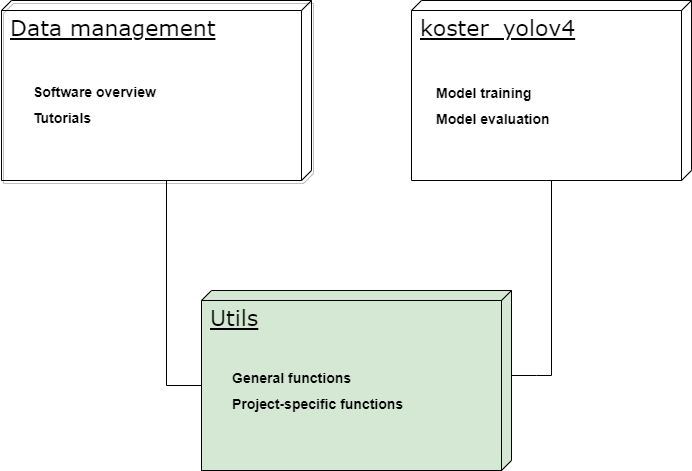
Earlier version of the draw.io export images/Koster_utils_module.png (pilarnavarro/koster_data_management). Source tidied: cells renumbered, new cells last; positions are measured from the earlier drawing's top-left corner, leaving out a move shared by most shapes.
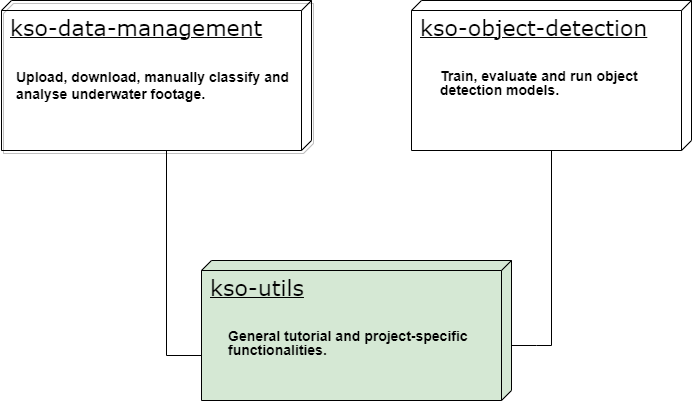
After the commit.

Commit message:
docs(rename): match module diagrams to new repo names

Change to the diagram source:
```diff
@@ -2,14 +2,14 @@
   <root>
     <mxCell id="0" />
     <mxCell id="1" parent="0" />
-    <mxCell id="2" value="&lt;font style=&quot;font-size: 22px&quot;&gt;Utils&lt;/font&gt;" style="verticalAlign=top;align=left;spacingTop=8;spacingLeft=7;spacingRight=12;shape=cube;size=10;direction=south;fontStyle=4;html=1;rounded=0;shadow=0;comic=0;labelBackgroundColor=none;strokeWidth=1;fontFamily=Verdana;fontSize=12;fillColor=#D5E8D4;" parent="1" vertex="1">
-      <mxGeometry x="200" y="290" width="310" height="180" as="geometry" />
+    <mxCell id="2" value="&lt;font style=&quot;font-size: 22px&quot;&gt;kso-utils&lt;/font&gt;" style="verticalAlign=top;align=left;spacingTop=8;spacingLeft=7;spacingRight=12;shape=cube;size=10;direction=south;fontStyle=4;html=1;rounded=0;shadow=0;comic=0;labelBackgroundColor=none;strokeWidth=1;fontFamily=Verdana;fontSize=12;fillColor=#D5E8D4;" parent="1" vertex="1">
+      <mxGeometry x="200" y="290" width="310" height="140" as="geometry" />
     </mxCell>
-    <mxCell id="3" value="&lt;font style=&quot;font-size: 22px&quot;&gt;Data management&lt;/font&gt;" style="verticalAlign=top;align=left;spacingTop=8;spacingLeft=7;spacingRight=12;shape=cube;size=10;direction=south;fontStyle=4;html=1;rounded=0;shadow=1;comic=0;labelBackgroundColor=none;strokeWidth=1;fontFamily=Verdana;fontSize=12;fillColor=none;" parent="1" vertex="1">
-      <mxGeometry width="310" height="180" as="geometry" />
+    <mxCell id="3" value="&lt;font style=&quot;&quot;&gt;&lt;span style=&quot;background-color: initial; font-size: 22px;&quot;&gt;kso-data-management&lt;/span&gt;&lt;span style=&quot;font-size: 22px;&quot;&gt;&lt;br&gt;&lt;/span&gt;&lt;br&gt;&lt;/font&gt;" style="verticalAlign=top;align=left;spacingTop=8;spacingLeft=7;spacingRight=12;shape=cube;size=10;direction=south;fontStyle=4;html=1;rounded=0;shadow=1;comic=0;labelBackgroundColor=none;strokeWidth=1;fontFamily=Verdana;fontSize=12;fillColor=none;" parent="1" vertex="1">
+      <mxGeometry y="30" width="310" height="150" as="geometry" />
     </mxCell>
-    <mxCell id="4" value="&lt;font style=&quot;font-size: 22px&quot;&gt;koster_yolov4&lt;/font&gt;" style="verticalAlign=top;align=left;spacingTop=8;spacingLeft=7;spacingRight=12;shape=cube;size=10;direction=south;fontStyle=4;html=1;rounded=0;shadow=0;comic=0;labelBackgroundColor=none;strokeWidth=1;fontFamily=Verdana;fontSize=12;fillColor=none;" parent="1" vertex="1">
-      <mxGeometry x="410" width="280" height="180" as="geometry" />
+    <mxCell id="4" value="&lt;font style=&quot;font-size: 22px&quot;&gt;kso-object-detection&lt;/font&gt;" style="verticalAlign=top;align=left;spacingTop=8;spacingLeft=7;spacingRight=12;shape=cube;size=10;direction=south;fontStyle=4;html=1;rounded=0;shadow=0;comic=0;labelBackgroundColor=none;strokeWidth=1;fontFamily=Verdana;fontSize=12;fillColor=none;" parent="1" vertex="1">
+      <mxGeometry x="410" y="30" width="280" height="150" as="geometry" />
     </mxCell>
     <mxCell id="5" style="edgeStyle=orthogonalEdgeStyle;rounded=0;html=1;labelBackgroundColor=none;startArrow=none;startFill=0;startSize=8;endArrow=open;endFill=0;endSize=16;fontFamily=Verdana;fontSize=12;dashed=1;" parent="1" edge="1">
       <mxGeometry relative="1" as="geometry">
@@ -35,14 +35,17 @@
         </Array>
       </mxGeometry>
     </mxCell>
-    <mxCell id="8" value="&lt;p style=&quot;line-height: 0.6&quot;&gt;&lt;b&gt;&lt;font style=&quot;font-size: 14px ; line-height: 1&quot;&gt;Software overview&lt;/font&gt;&lt;/b&gt;&lt;/p&gt;&lt;p style=&quot;line-height: 0.6&quot;&gt;&lt;b&gt;&lt;font style=&quot;font-size: 14px ; line-height: 1&quot;&gt;Tutorials&lt;/font&gt;&lt;/b&gt;&lt;/p&gt;" style="text;html=1;strokeColor=none;fillColor=none;align=left;verticalAlign=top;whiteSpace=wrap;rounded=0;" parent="1" vertex="1">
-      <mxGeometry x="30" y="66" width="220" height="108" as="geometry" />
+    <mxCell id="8" value="&lt;p style=&quot;line-height: 0.6&quot;&gt;&lt;/p&gt;&lt;span style=&quot;font-size: 14px;&quot;&gt;&lt;b&gt;Upload, download, manually classify and analyse underwater footage.&lt;/b&gt;&lt;/span&gt;" style="text;html=1;strokeColor=none;fillColor=none;align=left;verticalAlign=top;whiteSpace=wrap;rounded=0;" parent="1" vertex="1">
+      <mxGeometry x="13" y="80" width="290" height="74" as="geometry" />
     </mxCell>
-    <mxCell id="9" value="&lt;p style=&quot;line-height: 0.6&quot;&gt;&lt;b&gt;&lt;font style=&quot;font-size: 14px ; line-height: 1&quot;&gt;Model training&lt;/font&gt;&lt;/b&gt;&lt;/p&gt;&lt;p style=&quot;line-height: 0.6&quot;&gt;&lt;b&gt;&lt;font style=&quot;font-size: 14px ; line-height: 1&quot;&gt;Model evaluation&lt;/font&gt;&lt;/b&gt;&lt;/p&gt;" style="text;html=1;strokeColor=none;fillColor=none;align=left;verticalAlign=top;whiteSpace=wrap;rounded=0;" parent="1" vertex="1">
-      <mxGeometry x="433" y="67" width="220" height="108" as="geometry" />
+    <mxCell id="9" value="&lt;p style=&quot;line-height: 0.6&quot;&gt;&lt;b style=&quot;background-color: initial;&quot;&gt;&lt;font style=&quot;font-size: 14px ; line-height: 1&quot;&gt;Train, evaluate and run object detection models.&lt;/font&gt;&lt;/b&gt;&lt;br&gt;&lt;/p&gt;" style="text;html=1;strokeColor=none;fillColor=none;align=left;verticalAlign=top;whiteSpace=wrap;rounded=0;" parent="1" vertex="1">
+      <mxGeometry x="437" y="80" width="244" height="63" as="geometry" />
     </mxCell>
-    <mxCell id="10" value="&lt;p style=&quot;line-height: 0.6&quot;&gt;&lt;b&gt;&lt;font style=&quot;font-size: 14px ; line-height: 1&quot;&gt;General functions&lt;/font&gt;&lt;/b&gt;&lt;/p&gt;&lt;p style=&quot;line-height: 0.6&quot;&gt;&lt;b&gt;&lt;font style=&quot;font-size: 14px ; line-height: 1&quot;&gt;Project-specific functions&lt;br&gt;&lt;/font&gt;&lt;/b&gt;&lt;/p&gt;" style="text;html=1;strokeColor=none;fillColor=none;align=left;verticalAlign=top;whiteSpace=wrap;rounded=0;" parent="1" vertex="1">
-      <mxGeometry x="229" y="352" width="220" height="108" as="geometry" />
+    <mxCell id="10" value="&lt;p style=&quot;line-height: 0.6&quot;&gt;&lt;b&gt;&lt;font style=&quot;font-size: 14px ; line-height: 1&quot;&gt;General tutorial and project-specific functionalities.&lt;/font&gt;&lt;/b&gt;&lt;/p&gt;" style="text;html=1;strokeColor=none;fillColor=none;align=left;verticalAlign=top;whiteSpace=wrap;rounded=0;" parent="1" vertex="1">
+      <mxGeometry x="225" y="340" width="257" height="60" as="geometry" />
     </mxCell>
+    <mxCell id="11" style="edgeStyle=orthogonalEdgeStyle;rounded=0;orthogonalLoop=1;jettySize=auto;html=1;exitX=0.5;exitY=1;exitDx=0;exitDy=0;" parent="1" edge="1" source="9" target="9">
+      <mxGeometry relative="1" as="geometry" />
+    </mxCell>
   </root>
 </mxGraphModel>
```
